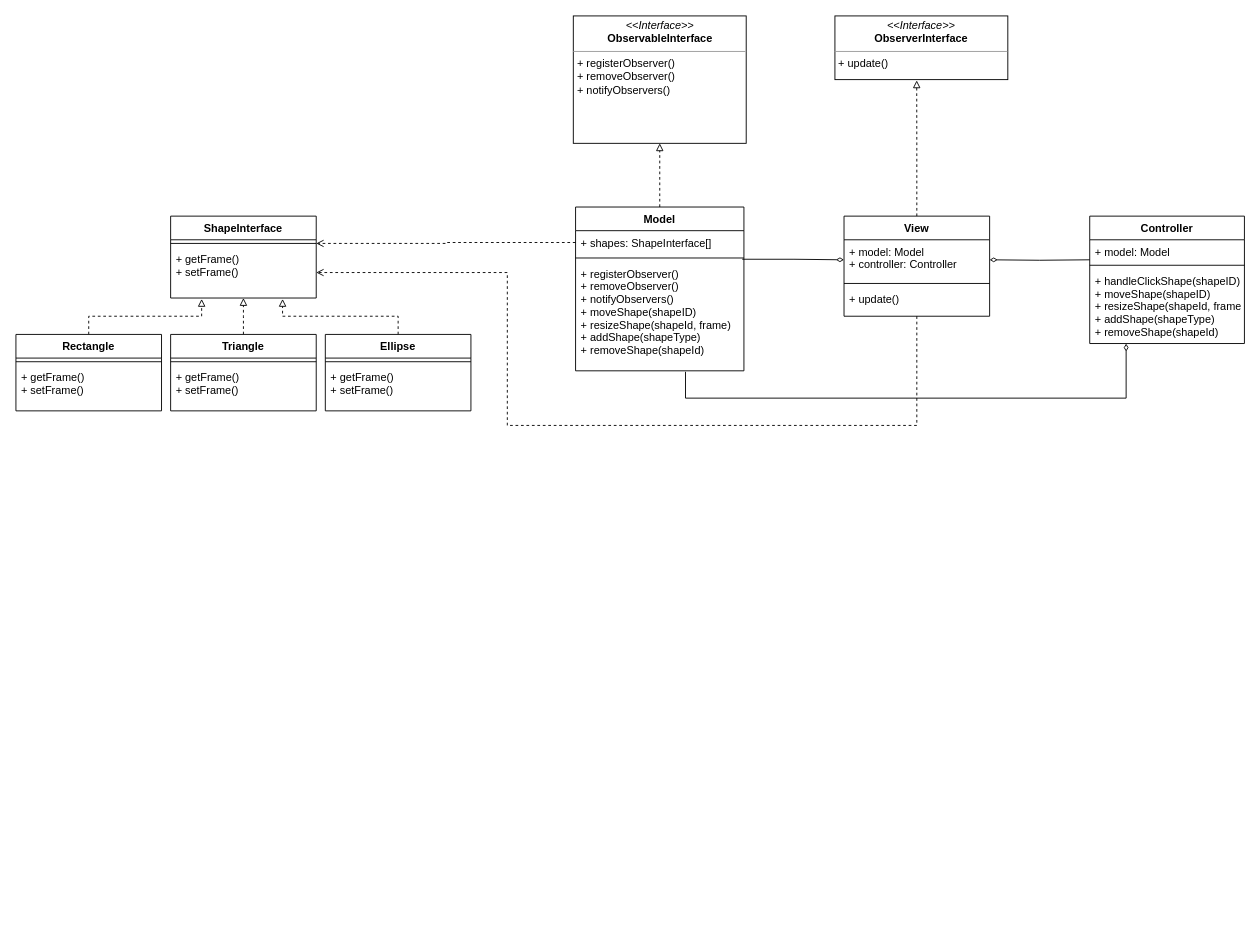
Before: MVC_geometric/MVC.drawio in venera13/ood, a draw.io diagram. Source tidied: cells renumbered, new cells numbered last; positions are measured from the earlier drawing's top-left corner, leaving out a move shared by most shapes. Both pictures are drawn from the tidied source at 91%, with x=0, y=0 at pixel (15, 15).
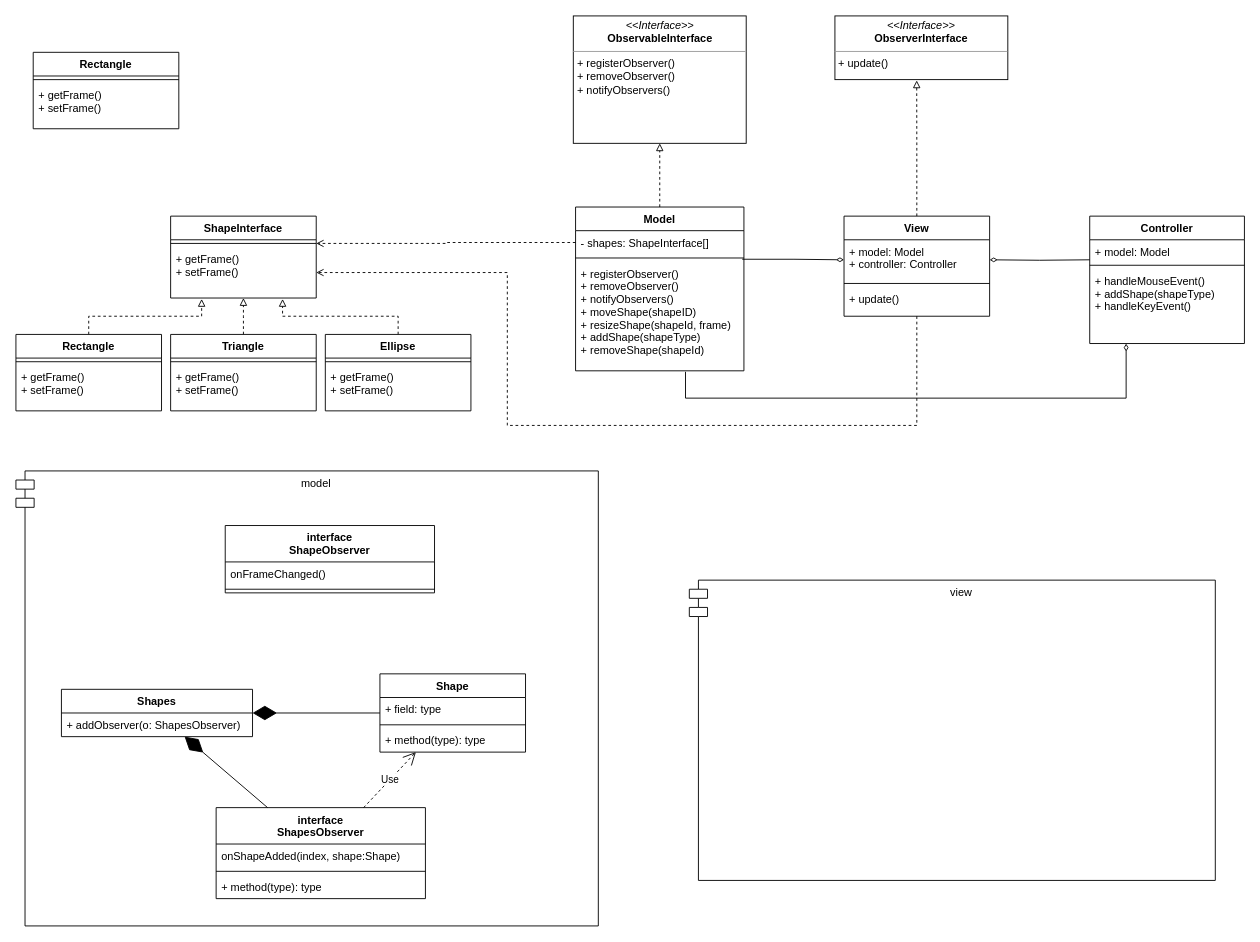
The same page after the edit.

The change refers to these unchanged cells:
```xml
<mxCell id="4" value="Model" style="swimlane;fontStyle=1;align=center;verticalAlign=top;horizontal=1;startSize=26;" parent="1" vertex="1">
  <mxGeometry x="615" y="210" width="185" height="180" as="geometry" />
</mxCell>
<mxCell id="15" value="Controller" style="swimlane;fontStyle=1;align=center;verticalAlign=top;horizontal=1;startSize=26;" parent="1" vertex="1">
  <mxGeometry x="1180" y="220" width="170" height="140" as="geometry" />
</mxCell>
```

Diff of the diagram source:
```diff
@@
-    <mxCell id="5" value="+ shapes: ShapeInterface[]" style="text;strokeColor=none;fillColor=none;align=left;verticalAlign=top;spacingLeft=4;spacingRight=4;overflow=hidden;points=[[0,0.5],[1,0.5]];portConstraint=eastwest;" parent="4" vertex="1">
+    <mxCell id="5" value="- shapes: ShapeInterface[]" style="text;strokeColor=none;fillColor=none;align=left;verticalAlign=top;spacingLeft=4;spacingRight=4;overflow=hidden;points=[[0,0.5],[1,0.5]];portConstraint=eastwest;" parent="4" vertex="1">
       <mxGeometry y="26" width="185" height="26" as="geometry" />
     </mxCell>
@@
-    <mxCell id="18" value="+ handleClickShape(shapeID)&#10;+ moveShape(shapeID)&#10;+ resizeShape(shapeId, frame)&#10;+ addShape(shapeType)&#10;+ removeShape(shapeId)" style="text;strokeColor=none;fillColor=none;align=left;verticalAlign=top;spacingLeft=4;spacingRight=4;overflow=hidden;" parent="15" vertex="1">
+    <mxCell id="18" value="+ handleMouseEvent()&#10;+ addShape(shapeType)&#10;+ handleKeyEvent()" style="text;strokeColor=none;fillColor=none;align=left;verticalAlign=top;spacingLeft=4;spacingRight=4;overflow=hidden;" parent="15" vertex="1">
       <mxGeometry y="58" width="170" height="82" as="geometry" />
     </mxCell>
@@
+    <mxCell id="38" value="model" style="shape=module;align=left;spacingLeft=20;align=center;verticalAlign=top;" parent="1" vertex="1">
+      <mxGeometry y="500" width="640" height="500" as="geometry" />
+    </mxCell>
+    <mxCell id="39" value="view" style="shape=module;align=left;spacingLeft=20;align=center;verticalAlign=top;" parent="1" vertex="1">
+      <mxGeometry x="740" y="620" width="578" height="330" as="geometry" />
+    </mxCell>
+    <mxCell id="40" value="Shapes" style="swimlane;fontStyle=1;align=center;verticalAlign=top;horizontal=1;startSize=26;" parent="1" vertex="1">
+      <mxGeometry x="50" y="740" width="210" height="52" as="geometry" />
+    </mxCell>
+    <mxCell id="41" value="+ addObserver(o: ShapesObserver)" style="text;strokeColor=none;fillColor=none;align=left;verticalAlign=top;spacingLeft=4;spacingRight=4;overflow=hidden;" parent="40" vertex="1">
+      <mxGeometry y="26" width="210" height="26" as="geometry" />
+    </mxCell>
+    <mxCell id="42" value="interface&#10;ShapesObserver" style="swimlane;fontStyle=1;align=center;verticalAlign=top;horizontal=1;startSize=40;" parent="1" vertex="1">
+      <mxGeometry x="220" y="870" width="230" height="100" as="geometry" />
+    </mxCell>
+    <mxCell id="43" value="onShapeAdded(index, shape:Shape)" style="text;strokeColor=none;fillColor=none;align=left;verticalAlign=top;spacingLeft=4;spacingRight=4;overflow=hidden;" parent="42" vertex="1">
+      <mxGeometry y="40" width="230" height="26" as="geometry" />
+    </mxCell>
+    <mxCell id="44" style="line;strokeWidth=1;fillColor=none;align=left;verticalAlign=middle;spacingTop=-1;spacingLeft=3;spacingRight=3;labelPosition=right;" parent="42" vertex="1">
+      <mxGeometry y="66" width="230" height="8" as="geometry" />
+    </mxCell>
+    <mxCell id="45" value="+ method(type): type" style="text;strokeColor=none;fillColor=none;align=left;verticalAlign=top;spacingLeft=4;spacingRight=4;overflow=hidden;" parent="42" vertex="1">
+      <mxGeometry y="74" width="230" height="26" as="geometry" />
+    </mxCell>
+    <mxCell id="46" value="Shape" style="swimlane;fontStyle=1;align=center;verticalAlign=top;horizontal=1;startSize=26;" parent="1" vertex="1">
+      <mxGeometry x="400" y="723" width="160" height="86" as="geometry" />
+    </mxCell>
+    <mxCell id="47" value="+ field: type" style="text;strokeColor=none;fillColor=none;align=left;verticalAlign=top;spacingLeft=4;spacingRight=4;overflow=hidden;" parent="46" vertex="1">
+      <mxGeometry y="26" width="160" height="26" as="geometry" />
+    </mxCell>
+    <mxCell id="48" style="line;strokeWidth=1;fillColor=none;align=left;verticalAlign=middle;spacingTop=-1;spacingLeft=3;spacingRight=3;labelPosition=right;" parent="46" vertex="1">
+      <mxGeometry y="52" width="160" height="8" as="geometry" />
+    </mxCell>
+    <mxCell id="49" value="+ method(type): type" style="text;strokeColor=none;fillColor=none;align=left;verticalAlign=top;spacingLeft=4;spacingRight=4;overflow=hidden;" parent="46" vertex="1">
+      <mxGeometry y="60" width="160" height="26" as="geometry" />
+    </mxCell>
+    <mxCell id="50" style="endArrow=diamondThin;endFill=1;endSize=24;html=1;rounded=0;" parent="1" edge="1" source="42" target="40">
+      <mxGeometry relative="1" as="geometry" />
+    </mxCell>
+    <mxCell id="51" value="Use" style="endArrow=open;endSize=12;dashed=1;html=1;rounded=0;" parent="1" edge="1" source="42" target="46">
+      <mxGeometry relative="1" as="geometry" />
+    </mxCell>
+    <mxCell id="52" style="endArrow=diamondThin;endFill=1;endSize=24;html=1;rounded=0;" parent="1" edge="1" source="46" target="40">
+      <mxGeometry relative="1" as="geometry" />
+    </mxCell>
+    <mxCell id="53" value="Rectangle" style="swimlane;fontStyle=1;align=center;verticalAlign=top;horizontal=1;startSize=26;" parent="1" vertex="1">
+      <mxGeometry x="19" y="40" width="160" height="84" as="geometry" />
+    </mxCell>
+    <mxCell id="54" style="line;strokeWidth=1;fillColor=none;align=left;verticalAlign=middle;spacingTop=-1;spacingLeft=3;spacingRight=3;labelPosition=right;" parent="53" vertex="1">
+      <mxGeometry y="26" width="160" height="8" as="geometry" />
+    </mxCell>
+    <mxCell id="55" value="+ getFrame()&#10;+ setFrame()" style="text;strokeColor=none;fillColor=none;align=left;verticalAlign=top;spacingLeft=4;spacingRight=4;overflow=hidden;" parent="53" vertex="1">
+      <mxGeometry y="34" width="160" height="50" as="geometry" />
+    </mxCell>
+    <mxCell id="56" value="interface&#10;ShapeObserver" style="swimlane;fontStyle=1;align=center;verticalAlign=top;horizontal=1;startSize=40;" parent="1" vertex="1">
+      <mxGeometry x="230" y="560" width="230" height="74" as="geometry" />
+    </mxCell>
+    <mxCell id="57" value="onFrameChanged()" style="text;strokeColor=none;fillColor=none;align=left;verticalAlign=top;spacingLeft=4;spacingRight=4;overflow=hidden;" parent="56" vertex="1">
+      <mxGeometry y="40" width="230" height="26" as="geometry" />
+    </mxCell>
+    <mxCell id="58" style="line;strokeWidth=1;fillColor=none;align=left;verticalAlign=middle;spacingTop=-1;spacingLeft=3;spacingRight=3;labelPosition=right;" parent="56" vertex="1">
+      <mxGeometry y="66" width="230" height="8" as="geometry" />
+    </mxCell>
```
